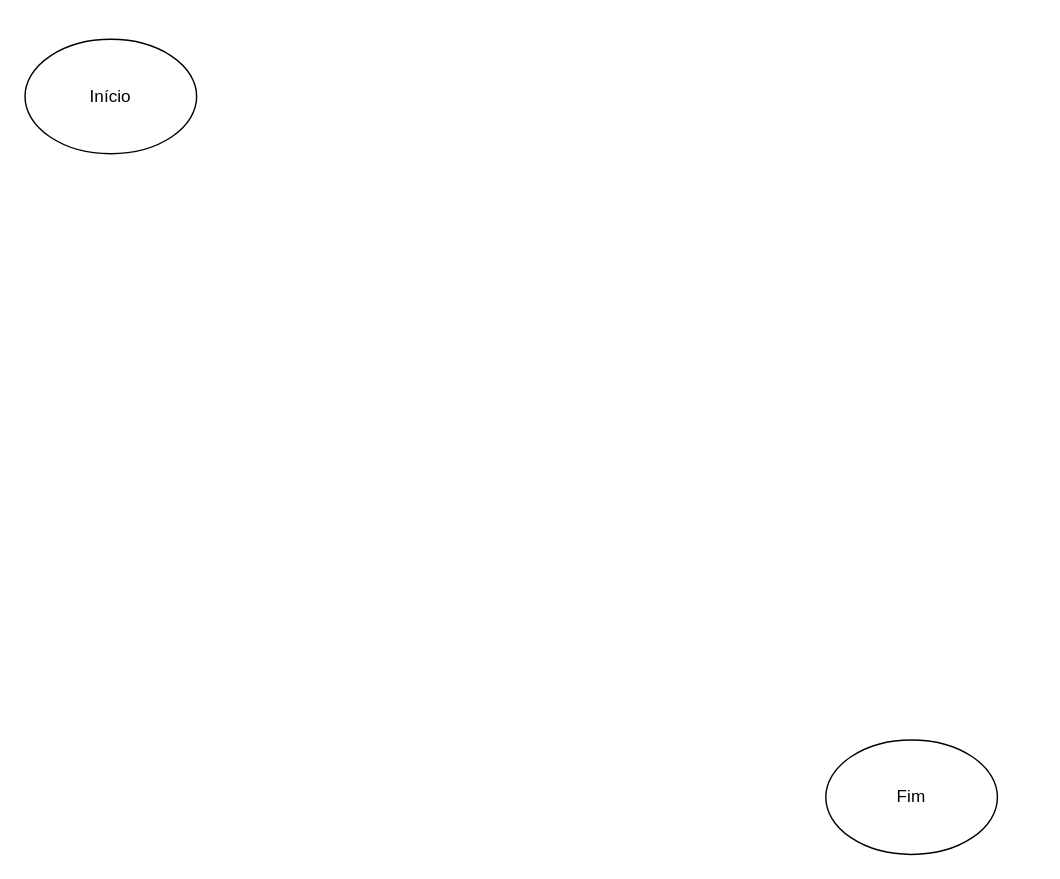
The draw.io diagram Fluxo 9.drawio in Rato0101/Fluxogramas, before the edit. Source tidied: cells renumbered, new cells numbered last; positions are measured from the earlier drawing's top-left corner, leaving out a move shared by most shapes. Both pictures are drawn from the tidied source at 143%, with x=0, y=0 at pixel (24, 39).
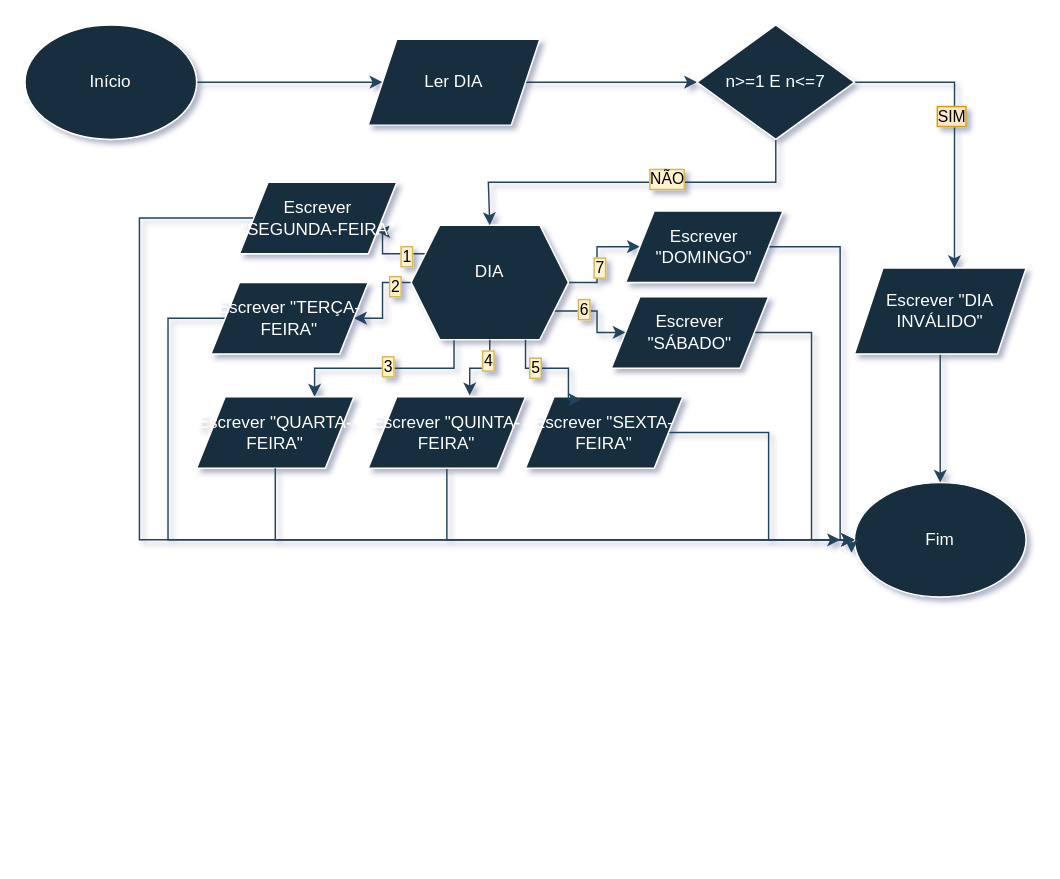
The same diagram, later.

Change to the diagram source:
```diff
@@
-<mxGraphModel>
+<mxGraphModel shadow="1">
@@
-    <mxCell id="2" value="Fim" style="ellipse;whiteSpace=wrap;html=1;shapeInside=1;" parent="1" vertex="1">
-      <mxGeometry x="560" y="490" width="120" height="80" as="geometry" />
+    <mxCell id="2" value="Fim" style="ellipse;whiteSpace=wrap;html=1;shapeInside=1;labelBackgroundColor=none;fillColor=#182E3E;strokeColor=#FFFFFF;fontColor=#FFFFFF;" parent="1" vertex="1">
+      <mxGeometry x="580" y="310" width="120" height="80" as="geometry" />
     </mxCell>
+    <mxCell id="4" style="edgeStyle=orthogonalEdgeStyle;rounded=0;jettySize=auto;html=1;labelBackgroundColor=none;strokeColor=#23445D;fontColor=default;" parent="1" edge="1" source="3" target="6">
+      <mxGeometry relative="1" as="geometry" />
+    </mxCell>
-    <mxCell id="3" value="Início" style="ellipse;whiteSpace=wrap;html=1;shapeInside=1;" parent="1" vertex="1">
-      <mxGeometry width="120" height="80" as="geometry" />
+    <mxCell id="3" value="Início" style="ellipse;whiteSpace=wrap;html=1;shapeInside=1;labelBackgroundColor=none;fillColor=#182E3E;strokeColor=#FFFFFF;fontColor=#FFFFFF;" parent="1" vertex="1">
+      <mxGeometry y="-10" width="120" height="80" as="geometry" />
     </mxCell>
+    <mxCell id="5" style="edgeStyle=orthogonalEdgeStyle;rounded=0;jettySize=auto;html=1;entryX=0;entryY=0.5;entryDx=0;entryDy=0;labelBackgroundColor=none;strokeColor=#23445D;fontColor=default;" parent="1" edge="1" source="6">
+      <mxGeometry relative="1" as="geometry">
+        <mxPoint x="470" y="30" as="targetPoint" />
+      </mxGeometry>
+    </mxCell>
+    <mxCell id="6" value="Ler DIA" style="shape=parallelogram;perimeter=parallelogramPerimeter;whiteSpace=wrap;html=1;shapeInside=1;fixedSize=1;labelBackgroundColor=none;fillColor=#182E3E;strokeColor=#FFFFFF;fontColor=#FFFFFF;" parent="1" vertex="1">
+      <mxGeometry x="240" width="120" height="60" as="geometry" />
+    </mxCell>
+    <mxCell id="7" style="edgeStyle=orthogonalEdgeStyle;rounded=0;jettySize=auto;html=1;entryX=1;entryY=0.75;entryDx=0;entryDy=0;strokeColor=#23445D;" parent="1" edge="1" source="17" target="27">
+      <mxGeometry relative="1" as="geometry">
+        <Array as="points">
+          <mxPoint x="250" y="150" />
+          <mxPoint x="250" y="134.4" />
+        </Array>
+      </mxGeometry>
+    </mxCell>
+    <mxCell id="8" value="1" style="edgeLabel;html=1;align=center;verticalAlign=middle;labelBackgroundColor=#fff2cc;labelBorderColor=#d6b656;" parent="7" vertex="1">
+      <mxGeometry x="-0.43" y="1" relative="1" as="geometry" />
+    </mxCell>
+    <mxCell id="9" style="edgeStyle=orthogonalEdgeStyle;rounded=0;jettySize=auto;html=1;entryX=1;entryY=0.5;entryDx=0;entryDy=0;strokeColor=#23445D;" parent="1" edge="1" source="17" target="25">
+      <mxGeometry relative="1" as="geometry" />
+    </mxCell>
+    <mxCell id="10" value="2" style="edgeLabel;html=1;align=center;verticalAlign=middle;labelBackgroundColor=#fff2cc;labelBorderColor=#d6b656;" parent="9" vertex="1">
+      <mxGeometry x="-0.63" y="2" relative="1" as="geometry" />
+    </mxCell>
+    <mxCell id="11" style="edgeStyle=orthogonalEdgeStyle;rounded=0;jettySize=auto;html=1;entryX=0.75;entryY=0;entryDx=0;entryDy=0;strokeColor=#23445D;" parent="1" edge="1" source="17" target="36">
+      <mxGeometry relative="1" as="geometry">
+        <Array as="points">
+          <mxPoint x="300" y="230" />
+          <mxPoint x="202.5" y="230" />
+        </Array>
+      </mxGeometry>
+    </mxCell>
+    <mxCell id="12" value="3" style="edgeLabel;html=1;align=center;verticalAlign=middle;labelBackgroundColor=#fff2cc;labelBorderColor=#d6b656;" parent="11" vertex="1">
+      <mxGeometry x="-0.03" y="-2" relative="1" as="geometry" />
+    </mxCell>
+    <mxCell id="13" style="edgeStyle=orthogonalEdgeStyle;rounded=0;jettySize=auto;html=1;entryX=0;entryY=0.5;entryDx=0;entryDy=0;strokeColor=#23445D;" parent="1" edge="1" source="17" target="29">
+      <mxGeometry relative="1" as="geometry" />
+    </mxCell>
+    <mxCell id="14" value="7" style="edgeLabel;html=1;align=center;verticalAlign=middle;labelBackgroundColor=#fff2cc;labelBorderColor=#d6b656;" parent="13" vertex="1">
+      <mxGeometry x="-0.17" y="-1" relative="1" as="geometry" />
+    </mxCell>
+    <mxCell id="15" style="edgeStyle=orthogonalEdgeStyle;rounded=0;jettySize=auto;html=1;entryX=0;entryY=0.5;entryDx=0;entryDy=0;strokeColor=#23445D;" parent="1" edge="1" source="17" target="31">
+      <mxGeometry relative="1" as="geometry">
+        <Array as="points">
+          <mxPoint x="400" y="190" />
+          <mxPoint x="400" y="205" />
+        </Array>
+      </mxGeometry>
+    </mxCell>
+    <mxCell id="16" value="6" style="edgeLabel;html=1;align=center;verticalAlign=middle;labelBackgroundColor=#fff2cc;labelBorderColor=#d6b656;" parent="15" vertex="1">
+      <mxGeometry x="-0.38" y="2" relative="1" as="geometry" />
+    </mxCell>
+    <mxCell id="17" value="DIA&lt;div&gt;&lt;br&gt;&lt;/div&gt;" style="shape=hexagon;perimeter=hexagonPerimeter2;whiteSpace=wrap;html=1;shapeInside=1;fixedSize=1;labelBackgroundColor=none;fillColor=#182E3E;strokeColor=#FFFFFF;fontColor=#FFFFFF;" parent="1" vertex="1">
+      <mxGeometry x="270" y="130" width="110" height="80" as="geometry" />
+    </mxCell>
+    <mxCell id="18" style="edgeStyle=orthogonalEdgeStyle;rounded=0;jettySize=auto;html=1;entryX=0.5;entryY=0;entryDx=0;entryDy=0;labelBackgroundColor=none;strokeColor=#23445D;fontColor=default;" parent="1" edge="1" source="19" target="2">
+      <mxGeometry relative="1" as="geometry" />
+    </mxCell>
+    <mxCell id="19" value="Escrever &quot;DIA INVÁLIDO&quot;" style="shape=parallelogram;perimeter=parallelogramPerimeter;whiteSpace=wrap;html=1;shapeInside=1;fixedSize=1;labelBackgroundColor=none;fillColor=#182E3E;strokeColor=#FFFFFF;fontColor=#FFFFFF;" parent="1" vertex="1">
+      <mxGeometry x="580" y="160" width="120" height="60" as="geometry" />
+    </mxCell>
+    <mxCell id="20" style="edgeStyle=orthogonalEdgeStyle;rounded=0;jettySize=auto;html=1;entryX=0.5;entryY=0;entryDx=0;entryDy=0;labelBackgroundColor=none;strokeColor=#23445D;fontColor=default;" parent="1" edge="1" target="17">
+      <mxGeometry relative="1" as="geometry">
+        <mxPoint x="525" y="60" as="sourcePoint" />
+        <Array as="points">
+          <mxPoint x="525" y="100" />
+          <mxPoint x="324" y="100" />
+        </Array>
+      </mxGeometry>
+    </mxCell>
+    <mxCell id="21" value="NÃO" style="edgeLabel;html=1;align=center;verticalAlign=middle;labelBackgroundColor=#fff2cc;labelBorderColor=#d6b656;" parent="20" vertex="1">
+      <mxGeometry x="-0.14" y="-3" relative="1" as="geometry" />
+    </mxCell>
+    <mxCell id="22" style="edgeStyle=orthogonalEdgeStyle;rounded=0;jettySize=auto;html=1;entryX=0.583;entryY=0;entryDx=0;entryDy=0;entryPerimeter=0;labelBackgroundColor=none;strokeColor=#23445D;fontColor=default;" parent="1" edge="1" target="19">
+      <mxGeometry relative="1" as="geometry">
+        <mxPoint x="580" y="30" as="sourcePoint" />
+        <Array as="points">
+          <mxPoint x="650" y="30" />
+        </Array>
+      </mxGeometry>
+    </mxCell>
+    <mxCell id="23" value="SIM" style="edgeLabel;html=1;align=center;verticalAlign=middle;labelBackgroundColor=#ffe6cc;labelBorderColor=#d79b00;" parent="22" vertex="1">
+      <mxGeometry x="-0.06" y="-2" relative="1" as="geometry" />
+    </mxCell>
+    <mxCell id="24" style="edgeStyle=orthogonalEdgeStyle;rounded=0;jettySize=auto;html=1;strokeColor=#23445D;" parent="1" edge="1" source="25">
+      <mxGeometry relative="1" as="geometry">
+        <mxPoint x="570" y="350" as="targetPoint" />
+        <Array as="points">
+          <mxPoint x="100" y="195" />
+          <mxPoint x="100" y="350" />
+        </Array>
+      </mxGeometry>
+    </mxCell>
+    <mxCell id="25" value="&lt;div&gt;Escrever &quot;TERÇA-FEIRA&quot;&lt;/div&gt;" style="shape=parallelogram;perimeter=parallelogramPerimeter;whiteSpace=wrap;html=1;shapeInside=1;fixedSize=1;strokeColor=#FFFFFF;fontColor=#FFFFFF;fillColor=#182E3E;" parent="1" vertex="1">
+      <mxGeometry x="130" y="170" width="110" height="50" as="geometry" />
+    </mxCell>
+    <mxCell id="26" style="edgeStyle=orthogonalEdgeStyle;rounded=0;jettySize=auto;html=1;strokeColor=#23445D;entryX=0;entryY=0.5;entryDx=0;entryDy=0;" parent="1" edge="1" source="27" target="2">
+      <mxGeometry relative="1" as="geometry">
+        <Array as="points">
+          <mxPoint x="80" y="125" />
+          <mxPoint x="80" y="350" />
+        </Array>
+      </mxGeometry>
+    </mxCell>
+    <mxCell id="27" value="Escrever &quot;SEGUNDA-FEIRA&quot;" style="shape=parallelogram;perimeter=parallelogramPerimeter;whiteSpace=wrap;html=1;shapeInside=1;fixedSize=1;strokeColor=#FFFFFF;fontColor=#FFFFFF;fillColor=#182E3E;" parent="1" vertex="1">
+      <mxGeometry x="150" y="100" width="110" height="50" as="geometry" />
+    </mxCell>
+    <mxCell id="28" style="edgeStyle=orthogonalEdgeStyle;rounded=0;jettySize=auto;html=1;strokeColor=#23445D;" parent="1" edge="1" source="29" target="2">
+      <mxGeometry relative="1" as="geometry">
+        <Array as="points">
+          <mxPoint x="570" y="145" />
+          <mxPoint x="570" y="350" />
+        </Array>
+      </mxGeometry>
+    </mxCell>
+    <mxCell id="29" value="&lt;div&gt;Escrever &quot;DOMINGO&quot;&lt;/div&gt;" style="shape=parallelogram;perimeter=parallelogramPerimeter;whiteSpace=wrap;html=1;shapeInside=1;fixedSize=1;strokeColor=#FFFFFF;fontColor=#FFFFFF;fillColor=#182E3E;" parent="1" vertex="1">
+      <mxGeometry x="420" y="120" width="110" height="50" as="geometry" />
+    </mxCell>
+    <mxCell id="30" style="edgeStyle=orthogonalEdgeStyle;rounded=0;jettySize=auto;html=1;entryX=0;entryY=0.5;entryDx=0;entryDy=0;strokeColor=#23445D;" parent="1" edge="1" source="31" target="2">
+      <mxGeometry relative="1" as="geometry" />
+    </mxCell>
+    <mxCell id="31" value="&lt;div&gt;Escrever &quot;SÁBADO&quot;&lt;/div&gt;" style="shape=parallelogram;perimeter=parallelogramPerimeter;whiteSpace=wrap;html=1;shapeInside=1;fixedSize=1;strokeColor=#FFFFFF;fontColor=#FFFFFF;fillColor=#182E3E;" parent="1" vertex="1">
+      <mxGeometry x="410" y="180" width="110" height="50" as="geometry" />
+    </mxCell>
+    <mxCell id="32" style="edgeStyle=orthogonalEdgeStyle;rounded=0;jettySize=auto;html=1;entryX=0;entryY=0.5;entryDx=0;entryDy=0;strokeColor=#23445D;" parent="1" edge="1" source="33" target="2">
+      <mxGeometry relative="1" as="geometry" />
+    </mxCell>
+    <mxCell id="33" value="&lt;div&gt;Escrever &quot;SEXTA-FEIRA&quot;&lt;/div&gt;" style="shape=parallelogram;perimeter=parallelogramPerimeter;whiteSpace=wrap;html=1;shapeInside=1;fixedSize=1;strokeColor=#FFFFFF;fontColor=#FFFFFF;fillColor=#182E3E;" parent="1" vertex="1">
+      <mxGeometry x="350" y="250" width="110" height="50" as="geometry" />
+    </mxCell>
+    <mxCell id="34" style="edgeStyle=orthogonalEdgeStyle;rounded=0;jettySize=auto;html=1;strokeColor=#23445D;" parent="1" edge="1" source="35" target="2">
+      <mxGeometry relative="1" as="geometry">
+        <Array as="points">
+          <mxPoint x="295" y="350" />
+        </Array>
+      </mxGeometry>
+    </mxCell>
+    <mxCell id="35" value="&lt;div&gt;Escrever &quot;QUINTA-FEIRA&quot;&lt;/div&gt;" style="shape=parallelogram;perimeter=parallelogramPerimeter;whiteSpace=wrap;html=1;shapeInside=1;fixedSize=1;strokeColor=#FFFFFF;fontColor=#FFFFFF;fillColor=#182E3E;" parent="1" vertex="1">
+      <mxGeometry x="240" y="250" width="110" height="50" as="geometry" />
+    </mxCell>
+    <mxCell id="36" value="&lt;div&gt;Escrever &quot;QUARTA-FEIRA&quot;&lt;/div&gt;" style="shape=parallelogram;perimeter=parallelogramPerimeter;whiteSpace=wrap;html=1;shapeInside=1;fixedSize=1;strokeColor=#FFFFFF;fontColor=#FFFFFF;fillColor=#182E3E;" parent="1" vertex="1">
+      <mxGeometry x="120" y="250" width="110" height="50" as="geometry" />
+    </mxCell>
+    <mxCell id="37" style="edgeStyle=orthogonalEdgeStyle;rounded=0;jettySize=auto;html=1;entryX=0.645;entryY=-0.02;entryDx=0;entryDy=0;entryPerimeter=0;strokeColor=#23445D;" parent="1" edge="1" source="17" target="35">
+      <mxGeometry relative="1" as="geometry" />
+    </mxCell>
+    <mxCell id="38" value="4" style="edgeLabel;html=1;align=center;verticalAlign=middle;labelBackgroundColor=#fff2cc;labelBorderColor=#d6b656;" parent="37" vertex="1">
+      <mxGeometry x="-0.47" y="-2" relative="1" as="geometry" />
+    </mxCell>
+    <mxCell id="39" style="edgeStyle=orthogonalEdgeStyle;rounded=0;jettySize=auto;html=1;entryX=0.355;entryY=0.04;entryDx=0;entryDy=0;entryPerimeter=0;strokeColor=#23445D;" parent="1" edge="1" source="17" target="33">
+      <mxGeometry relative="1" as="geometry">
+        <Array as="points">
+          <mxPoint x="350" y="230" />
+          <mxPoint x="380" y="230" />
+          <mxPoint x="380" y="252" />
+        </Array>
+      </mxGeometry>
+    </mxCell>
+    <mxCell id="40" value="5" style="edgeLabel;html=1;align=center;verticalAlign=middle;labelBackgroundColor=#fff2cc;labelBorderColor=#d6b656;" parent="39" vertex="1">
+      <mxGeometry x="-0.36" y="1" relative="1" as="geometry" />
+    </mxCell>
+    <mxCell id="41" style="edgeStyle=orthogonalEdgeStyle;rounded=0;jettySize=auto;html=1;entryX=-0.017;entryY=0.613;entryDx=0;entryDy=0;entryPerimeter=0;strokeColor=#23445D;" parent="1" edge="1" source="36" target="2">
+      <mxGeometry relative="1" as="geometry">
+        <Array as="points">
+          <mxPoint x="175" y="350" />
+          <mxPoint x="578" y="350" />
+        </Array>
+      </mxGeometry>
+    </mxCell>
+    <mxCell id="42" value="n&amp;gt;=1 E n&amp;lt;=7" style="rhombus;whiteSpace=wrap;html=1;shapeInside=1;strokeColor=#FFFFFF;fontColor=#FFFFFF;fillColor=#182E3E;" parent="1" vertex="1">
+      <mxGeometry x="470" y="-10" width="110" height="80" as="geometry" />
+    </mxCell>
```
